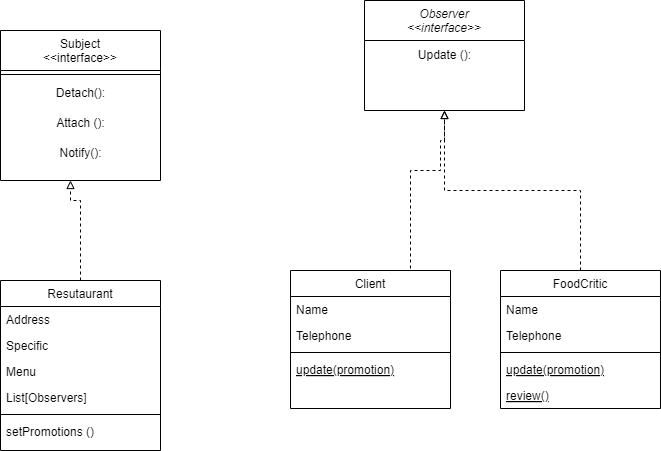
kenpay/BookaMeal keeps this draw.io diagram as Observer_Diagram.drawio.png. Above is the earlier version. Source tidied: cells renumbered, new cells last; positions are measured from the earlier drawing's top-left corner, leaving out a move shared by most shapes. The source it was exported from:
```xml
<mxGraphModel>
  <root>
    <mxCell id="0" />
    <mxCell id="1" parent="0" />
    <mxCell id="2" value="Observer&#10;&lt;&lt;interface&gt;&gt;" style="swimlane;fontStyle=2;align=center;verticalAlign=top;horizontal=1;startSize=40;rounded=0;shadow=0;strokeWidth=1;" parent="1" vertex="1">
      <mxGeometry x="364" width="160" height="110" as="geometry" />
    </mxCell>
    <mxCell id="3" value="Update ():" style="text;html=1;align=center;verticalAlign=middle;strokeColor=none;fillColor=none;" parent="2" vertex="1">
      <mxGeometry y="40" width="160" height="30" as="geometry" />
    </mxCell>
    <mxCell id="4" value="Client" style="swimlane;fontStyle=0;align=center;verticalAlign=top;horizontal=1;startSize=26;rounded=0;shadow=0;strokeWidth=1;" parent="1" vertex="1">
      <mxGeometry x="290" y="270" width="160" height="138" as="geometry" />
    </mxCell>
    <mxCell id="5" value="Name" style="text;align=left;verticalAlign=top;spacingLeft=4;spacingRight=4;overflow=hidden;" parent="4" vertex="1">
      <mxGeometry y="26" width="160" height="26" as="geometry" />
    </mxCell>
    <mxCell id="6" value="Telephone" style="text;align=left;verticalAlign=top;spacingLeft=4;spacingRight=4;overflow=hidden;rounded=0;shadow=0;html=0;" parent="4" vertex="1">
      <mxGeometry y="52" width="160" height="26" as="geometry" />
    </mxCell>
    <mxCell id="7" style="line;html=1;strokeWidth=1;align=left;verticalAlign=middle;spacingTop=-1;spacingLeft=3;spacingRight=3;labelPosition=right;" parent="4" vertex="1">
      <mxGeometry y="78" width="160" height="8" as="geometry" />
    </mxCell>
    <mxCell id="8" value="update(promotion)" style="text;align=left;verticalAlign=top;spacingLeft=4;spacingRight=4;overflow=hidden;fontStyle=4;" parent="4" vertex="1">
      <mxGeometry y="86" width="160" height="26" as="geometry" />
    </mxCell>
    <mxCell id="9" value="Subject&#10;&lt;&lt;interface&gt;&gt;" style="swimlane;fontStyle=0;align=center;verticalAlign=top;horizontal=1;startSize=40;rounded=0;shadow=0;strokeWidth=1;" parent="1" vertex="1">
      <mxGeometry y="30" width="160" height="150" as="geometry" />
    </mxCell>
    <mxCell id="10" style="line;html=1;strokeWidth=1;align=left;verticalAlign=middle;spacingTop=-1;spacingLeft=3;spacingRight=3;labelPosition=right;" parent="9" vertex="1">
      <mxGeometry y="40" width="160" height="8" as="geometry" />
    </mxCell>
    <mxCell id="11" value="Detach():" style="text;html=1;align=center;verticalAlign=middle;strokeColor=none;fillColor=none;" parent="9" vertex="1">
      <mxGeometry y="48" width="160" height="30" as="geometry" />
    </mxCell>
    <mxCell id="12" value="Attach ():" style="text;html=1;align=center;verticalAlign=middle;strokeColor=none;fillColor=none;" parent="9" vertex="1">
      <mxGeometry y="78" width="160" height="30" as="geometry" />
    </mxCell>
    <mxCell id="13" value="Notify():" style="text;html=1;align=center;verticalAlign=middle;strokeColor=none;fillColor=none;" parent="9" vertex="1">
      <mxGeometry y="108" width="160" height="30" as="geometry" />
    </mxCell>
    <mxCell id="14" value="Resutaurant" style="swimlane;fontStyle=0;align=center;verticalAlign=top;horizontal=1;startSize=26;rounded=0;shadow=0;strokeWidth=1;" parent="1" vertex="1">
      <mxGeometry y="280" width="160" height="170" as="geometry" />
    </mxCell>
    <mxCell id="15" value="Address" style="text;align=left;verticalAlign=top;spacingLeft=4;spacingRight=4;overflow=hidden;" parent="14" vertex="1">
      <mxGeometry y="26" width="160" height="26" as="geometry" />
    </mxCell>
    <mxCell id="16" value="Specific" style="text;align=left;verticalAlign=top;spacingLeft=4;spacingRight=4;overflow=hidden;rounded=0;shadow=0;html=0;" parent="14" vertex="1">
      <mxGeometry y="52" width="160" height="26" as="geometry" />
    </mxCell>
    <mxCell id="17" value="Menu" style="text;align=left;verticalAlign=top;spacingLeft=4;spacingRight=4;overflow=hidden;rounded=0;shadow=0;html=0;" parent="14" vertex="1">
      <mxGeometry y="78" width="160" height="26" as="geometry" />
    </mxCell>
    <mxCell id="18" value="List[Observers]" style="text;align=left;verticalAlign=top;spacingLeft=4;spacingRight=4;overflow=hidden;points=[[0,0.5],[1,0.5]];portConstraint=eastwest;rounded=0;shadow=0;html=0;" parent="14" vertex="1">
      <mxGeometry y="104" width="160" height="26" as="geometry" />
    </mxCell>
    <mxCell id="19" style="line;html=1;strokeWidth=1;align=left;verticalAlign=middle;spacingTop=-1;spacingLeft=3;spacingRight=3;labelPosition=right;" parent="14" vertex="1">
      <mxGeometry y="130" width="160" height="8" as="geometry" />
    </mxCell>
    <mxCell id="20" value="setPromotions ()" style="text;align=left;verticalAlign=top;spacingLeft=4;spacingRight=4;overflow=hidden;" parent="14" vertex="1">
      <mxGeometry y="138" width="160" height="26" as="geometry" />
    </mxCell>
    <mxCell id="21" style="html=1;labelBackgroundColor=#ffffff;jettySize=auto;fontSize=14;rounded=0;jumpStyle=gap;edgeStyle=orthogonalEdgeStyle;startArrow=none;endArrow=block;endFill=0;dashed=1;strokeWidth=1;exitX=0.5;exitY=0;exitDx=0;exitDy=0;" parent="1" edge="1" source="14">
      <mxGeometry relative="1" as="geometry">
        <mxPoint x="70" y="180" as="targetPoint" />
        <Array as="points">
          <mxPoint x="80" y="200" />
          <mxPoint x="70" y="200" />
        </Array>
      </mxGeometry>
    </mxCell>
    <mxCell id="22" style="html=1;labelBackgroundColor=#ffffff;jettySize=auto;fontSize=14;rounded=0;jumpStyle=gap;edgeStyle=orthogonalEdgeStyle;startArrow=none;endArrow=block;endFill=0;dashed=1;strokeWidth=1;exitX=0.5;exitY=0;exitDx=0;exitDy=0;entryX=0.5;entryY=1;entryDx=0;entryDy=0;" parent="1" edge="1" source="4" target="2">
      <mxGeometry relative="1" as="geometry">
        <Array as="points">
          <mxPoint x="410" y="270" />
          <mxPoint x="410" y="170" />
          <mxPoint x="440" y="170" />
          <mxPoint x="440" y="140" />
          <mxPoint x="444" y="140" />
        </Array>
      </mxGeometry>
    </mxCell>
    <mxCell id="23" value="FoodCritic" style="swimlane;fontStyle=0;align=center;verticalAlign=top;horizontal=1;startSize=26;rounded=0;shadow=0;strokeWidth=1;" parent="1" vertex="1">
      <mxGeometry x="500" y="270" width="160" height="138" as="geometry" />
    </mxCell>
    <mxCell id="24" value="Name" style="text;align=left;verticalAlign=top;spacingLeft=4;spacingRight=4;overflow=hidden;" parent="23" vertex="1">
      <mxGeometry y="26" width="160" height="26" as="geometry" />
    </mxCell>
    <mxCell id="25" value="Telephone" style="text;align=left;verticalAlign=top;spacingLeft=4;spacingRight=4;overflow=hidden;rounded=0;shadow=0;html=0;" parent="23" vertex="1">
      <mxGeometry y="52" width="160" height="26" as="geometry" />
    </mxCell>
    <mxCell id="26" style="line;html=1;strokeWidth=1;align=left;verticalAlign=middle;spacingTop=-1;spacingLeft=3;spacingRight=3;labelPosition=right;" parent="23" vertex="1">
      <mxGeometry y="78" width="160" height="8" as="geometry" />
    </mxCell>
    <mxCell id="27" value="update(promotion)" style="text;align=left;verticalAlign=top;spacingLeft=4;spacingRight=4;overflow=hidden;fontStyle=4;" parent="23" vertex="1">
      <mxGeometry y="86" width="160" height="26" as="geometry" />
    </mxCell>
    <mxCell id="28" value="review()" style="text;align=left;verticalAlign=top;spacingLeft=4;spacingRight=4;overflow=hidden;fontStyle=4;" parent="23" vertex="1">
      <mxGeometry y="112" width="160" height="26" as="geometry" />
    </mxCell>
    <mxCell id="29" style="html=1;labelBackgroundColor=#ffffff;jettySize=auto;fontSize=14;rounded=0;jumpStyle=gap;edgeStyle=orthogonalEdgeStyle;startArrow=none;endArrow=block;endFill=0;dashed=1;strokeWidth=1;entryX=0.5;entryY=1;entryDx=0;entryDy=0;exitX=0.5;exitY=0;exitDx=0;exitDy=0;" parent="1" edge="1" source="23" target="2">
      <mxGeometry relative="1" as="geometry" />
    </mxCell>
  </root>
</mxGraphModel>
```
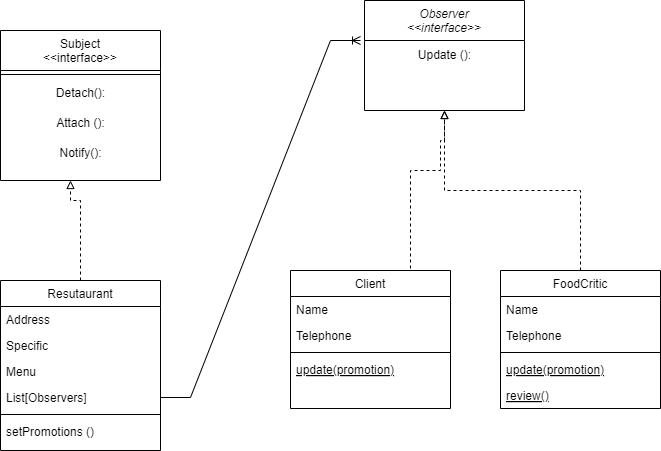
Above is the later version.

The edit, as a diff of the source:
```diff
@@ -50,6 +50,16 @@
     <mxCell id="17" value="Menu" style="text;align=left;verticalAlign=top;spacingLeft=4;spacingRight=4;overflow=hidden;rounded=0;shadow=0;html=0;" parent="14" vertex="1">
       <mxGeometry y="78" width="160" height="26" as="geometry" />
     </mxCell>
+    <mxCell id="30" style="edgeStyle=entityRelationEdgeStyle;fontSize=12;html=1;endArrow=ERoneToMany;rounded=0;" parent="14" edge="1" source="18">
+      <mxGeometry relative="1" as="geometry">
+        <mxPoint x="360" y="-240" as="targetPoint" />
+        <Array as="points">
+          <mxPoint x="301" y="2.5" />
+          <mxPoint x="301" y="-37.5" />
+          <mxPoint x="271" y="-47.5" />
+        </Array>
+      </mxGeometry>
+    </mxCell>
     <mxCell id="18" value="List[Observers]" style="text;align=left;verticalAlign=top;spacingLeft=4;spacingRight=4;overflow=hidden;points=[[0,0.5],[1,0.5]];portConstraint=eastwest;rounded=0;shadow=0;html=0;" parent="14" vertex="1">
       <mxGeometry y="104" width="160" height="26" as="geometry" />
     </mxCell>
```
